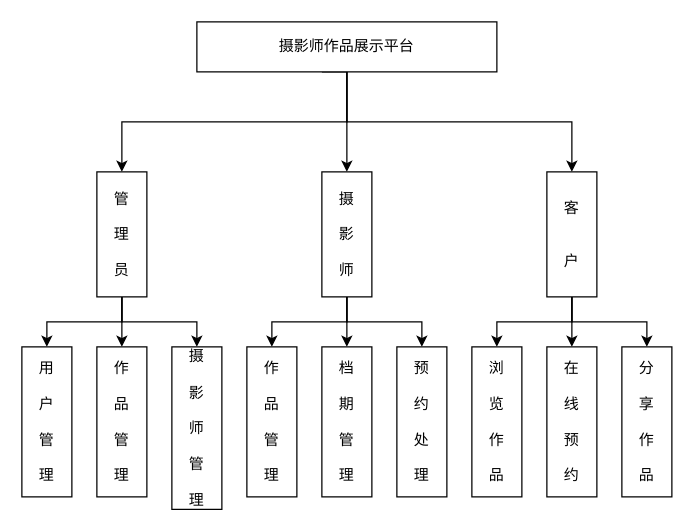
Before: photography-be-struct.drawio in asharca/drawio, a draw.io diagram. Source tidied: cells renumbered, new cells numbered last; positions are measured from the earlier drawing's top-left corner, leaving out a move shared by most shapes. Both pictures are drawn from the tidied source at 125%, with x=0, y=0 at pixel (21, 21).
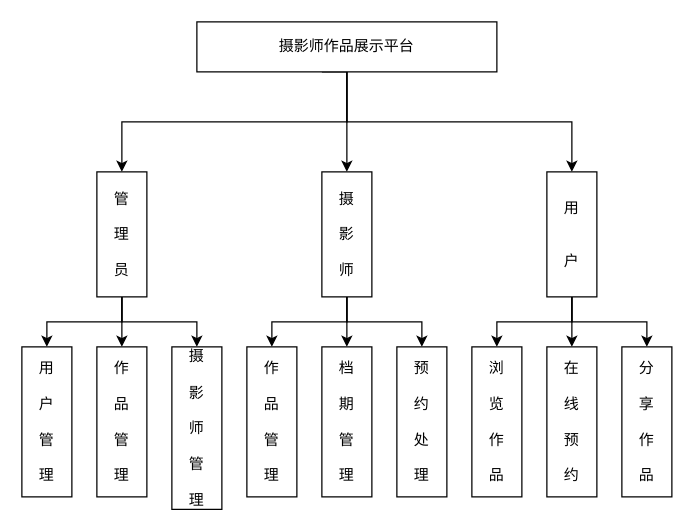
Above is the later version.

What changed in the source:
```diff
@@
-    <mxCell id="13" value="客&lt;div&gt;&lt;br&gt;&lt;/div&gt;&lt;div&gt;&lt;br&gt;&lt;/div&gt;&lt;div&gt;户&lt;/div&gt;" style="whiteSpace=wrap;html=1;rounded=0;" parent="1" vertex="1">
+    <mxCell id="13" value="用&lt;br&gt;&lt;div&gt;&lt;br&gt;&lt;/div&gt;&lt;div&gt;&lt;br&gt;&lt;/div&gt;&lt;div&gt;户&lt;/div&gt;" style="whiteSpace=wrap;html=1;rounded=0;" parent="1" vertex="1">
       <mxGeometry x="420" y="120" width="40" height="100" as="geometry" />
     </mxCell>
```
